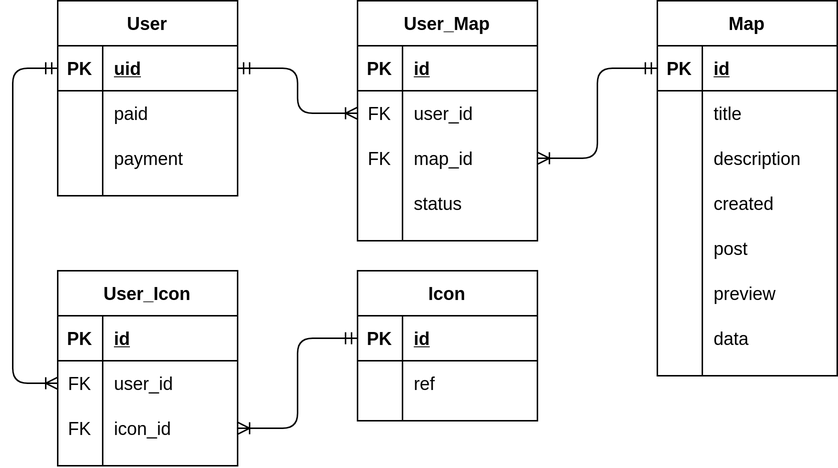
The draw.io diagram diagrams/db.png in AndreasAtakan/GeoTales, before a commit. Source tidied: cells renumbered, new cells last; positions are measured from the earlier drawing's top-left corner, leaving out a move shared by most shapes.
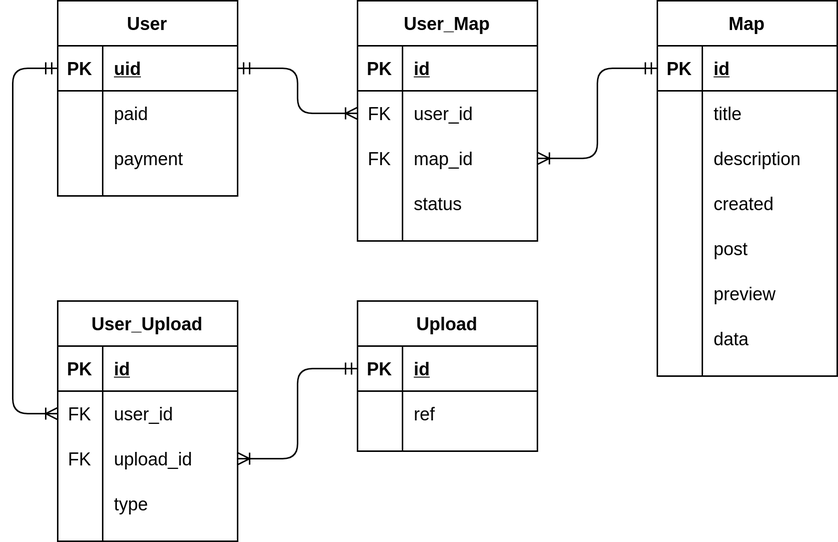
Above is the later version.

Diff of the diagram source:
```diff
@@ -143,8 +143,8 @@
     <mxCell id="48" style="edgeStyle=orthogonalEdgeStyle;fontSize=12;html=1;endArrow=ERoneToMany;startArrow=ERmandOne;" parent="1" edge="1" source="3" target="16">
       <mxGeometry relative="1" as="geometry" />
     </mxCell>
-    <mxCell id="49" value="User_Icon" style="shape=table;startSize=30;rowLines=0;fontStyle=1;align=center;comic=0;" parent="1" vertex="1">
-      <mxGeometry x="30" y="180" width="120" height="130" as="geometry" />
+    <mxCell id="49" value="User_Upload" style="shape=table;startSize=30;rowLines=0;fontStyle=1;align=center;comic=0;" parent="1" vertex="1">
+      <mxGeometry x="30" y="200" width="120" height="160" as="geometry" />
     </mxCell>
     <mxCell id="50" style="shape=partialRectangle;fillColor=none;top=0;left=0;bottom=1;right=0;" parent="49" vertex="1">
       <mxGeometry y="30" width="120" height="30" as="geometry" />
@@ -164,17 +164,26 @@
     <mxCell id="55" value="user_id" style="shape=partialRectangle;fillColor=none;top=0;left=0;bottom=0;right=0;align=left;spacingLeft=6;overflow=hidden;" parent="53" vertex="1">
       <mxGeometry x="30" width="90" height="30" as="geometry" />
     </mxCell>
+    <mxCell id="68" style="shape=partialRectangle;fillColor=none;top=0;left=0;bottom=0;right=0;points=[[0,0.5],[1,0.5]];portConstraint=eastwest;" parent="49" vertex="1">
+      <mxGeometry y="90" width="120" height="30" as="geometry" />
+    </mxCell>
+    <mxCell id="69" value="FK" style="shape=partialRectangle;fillColor=none;top=0;left=0;bottom=0;right=0;overflow=hidden;" parent="68" vertex="1">
+      <mxGeometry width="30" height="30" as="geometry" />
+    </mxCell>
+    <mxCell id="70" value="upload_id" style="shape=partialRectangle;fillColor=none;top=0;left=0;bottom=0;right=0;align=left;spacingLeft=6;overflow=hidden;" parent="68" vertex="1">
+      <mxGeometry x="30" width="90" height="30" as="geometry" />
+    </mxCell>
     <mxCell id="56" style="shape=partialRectangle;fillColor=none;top=0;left=0;bottom=0;right=0;points=[[0,0.5],[1,0.5]];portConstraint=eastwest;" parent="49" vertex="1">
-      <mxGeometry y="90" width="120" height="30" as="geometry" />
+      <mxGeometry y="120" width="120" height="30" as="geometry" />
     </mxCell>
-    <mxCell id="57" value="FK" style="shape=partialRectangle;fillColor=none;top=0;left=0;bottom=0;right=0;overflow=hidden;" parent="56" vertex="1">
+    <mxCell id="57" style="shape=partialRectangle;fillColor=none;top=0;left=0;bottom=0;right=0;overflow=hidden;" parent="56" vertex="1">
       <mxGeometry width="30" height="30" as="geometry" />
     </mxCell>
-    <mxCell id="58" value="icon_id" style="shape=partialRectangle;fillColor=none;top=0;left=0;bottom=0;right=0;align=left;spacingLeft=6;overflow=hidden;" parent="56" vertex="1">
+    <mxCell id="58" value="type" style="shape=partialRectangle;fillColor=none;top=0;left=0;bottom=0;right=0;align=left;spacingLeft=6;overflow=hidden;" parent="56" vertex="1">
       <mxGeometry x="30" width="90" height="30" as="geometry" />
     </mxCell>
-    <mxCell id="59" value="Icon" style="shape=table;startSize=30;rowLines=0;fontStyle=1;align=center;comic=0;" parent="1" vertex="1">
-      <mxGeometry x="230" y="180" width="120" height="100" as="geometry" />
+    <mxCell id="59" value="Upload" style="shape=table;startSize=30;rowLines=0;fontStyle=1;align=center;comic=0;" parent="1" vertex="1">
+      <mxGeometry x="230" y="200" width="120" height="100" as="geometry" />
     </mxCell>
     <mxCell id="60" style="shape=partialRectangle;fillColor=none;top=0;left=0;bottom=1;right=0;points=[[0,0.5],[1,0.5]];portConstraint=eastwest;" parent="59" vertex="1">
       <mxGeometry y="30" width="120" height="30" as="geometry" />
@@ -198,15 +207,15 @@
       <mxGeometry relative="1" as="geometry">
         <Array as="points">
           <mxPoint y="45" />
-          <mxPoint y="255" />
+          <mxPoint y="275" />
         </Array>
       </mxGeometry>
     </mxCell>
-    <mxCell id="67" style="edgeStyle=orthogonalEdgeStyle;fontSize=12;html=1;endArrow=ERoneToMany;startArrow=ERmandOne;" parent="1" edge="1" source="60" target="56">
+    <mxCell id="67" style="edgeStyle=orthogonalEdgeStyle;fontSize=12;html=1;endArrow=ERoneToMany;startArrow=ERmandOne;" parent="1" edge="1" source="60" target="68">
       <mxGeometry relative="1" as="geometry">
         <Array as="points">
-          <mxPoint x="190" y="225" />
-          <mxPoint x="190" y="285" />
+          <mxPoint x="190" y="245" />
+          <mxPoint x="190" y="305" />
         </Array>
       </mxGeometry>
     </mxCell>
```
